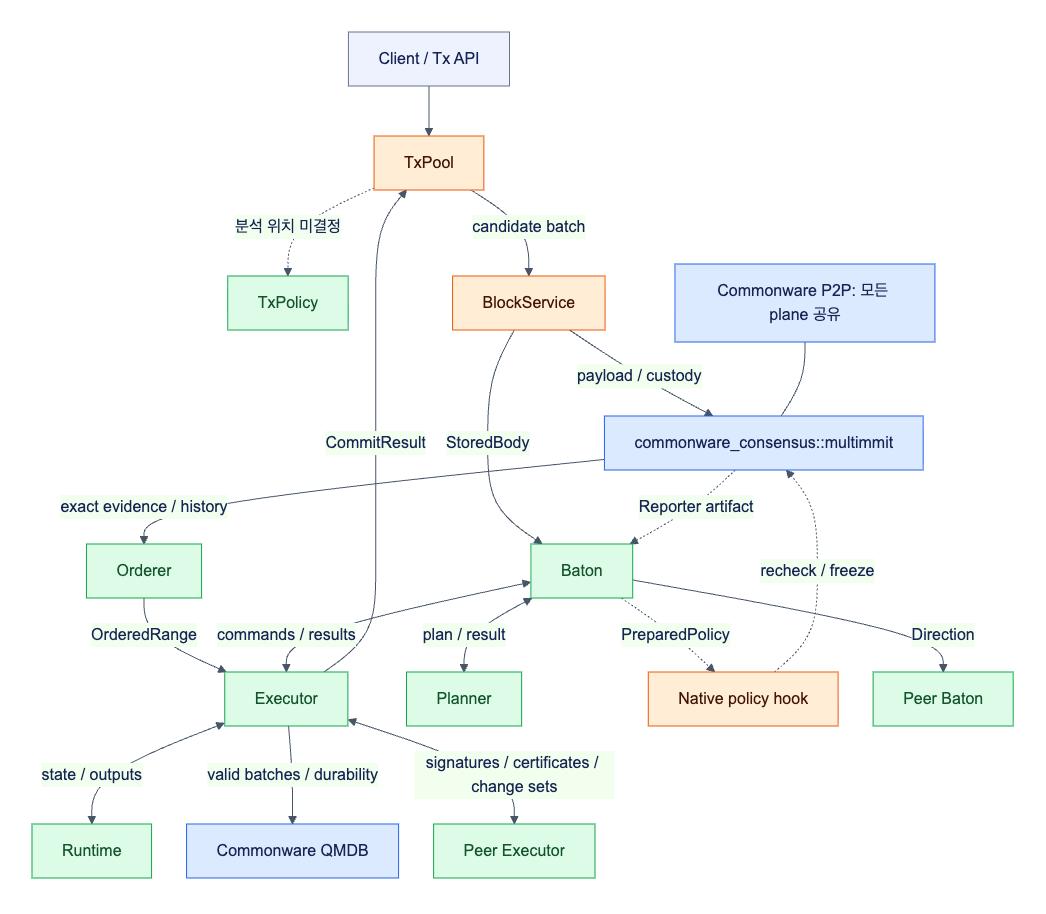
djm07073/baton-research keeps this Mermaid diagram as docs/assets/diagrams/diagram-01.png. Above is the earlier version. Its source is kept beside it as docs/assets/diagrams/diagram-01.mmd.
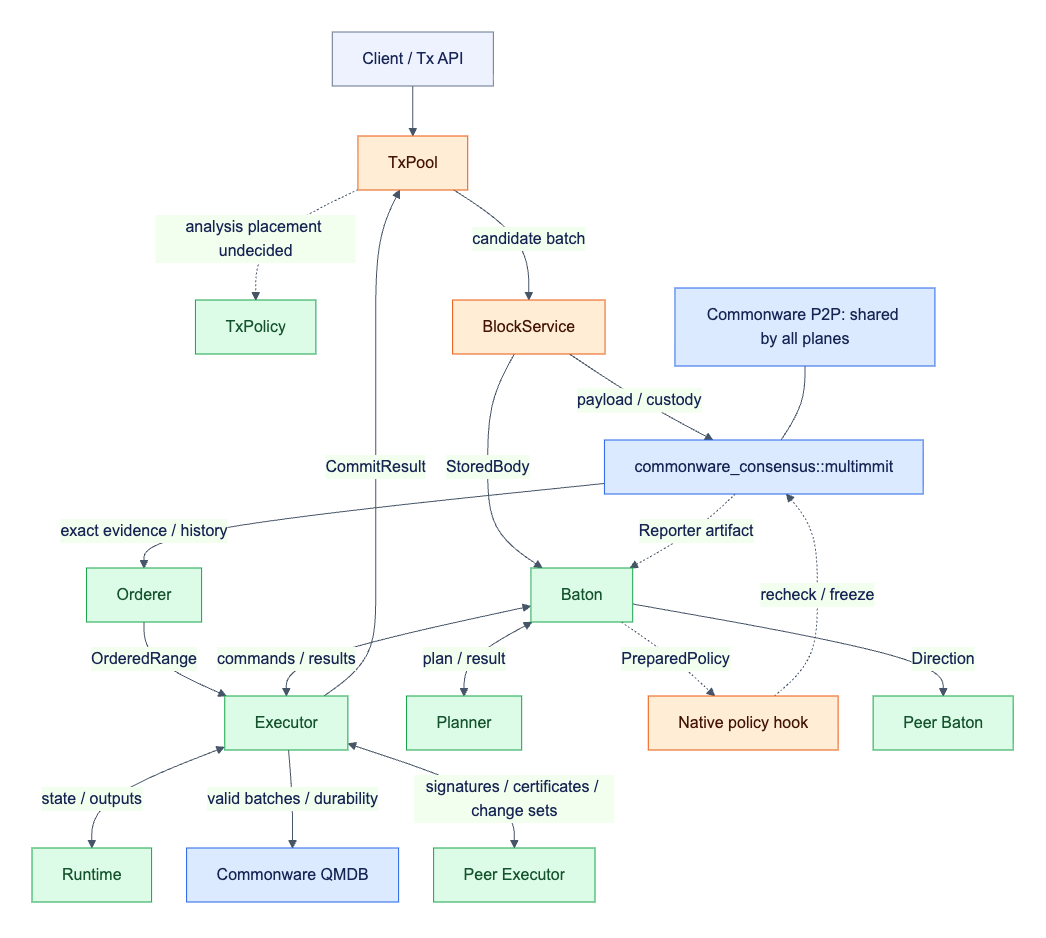
The same diagram one commit later.

What changed in the source:
```diff
@@ -1,6 +1,6 @@
 flowchart TB
     C[Client / Tx API] --> T[TxPool]
-    T -. 분석 위치 미결정 .-> X[TxPolicy]
+    T -. analysis placement undecided .-> X[TxPolicy]
     T -->|candidate batch| B[BlockService]
     B -->|payload / custody| N[commonware_consensus::multimmit]
     N -->|exact evidence / history| M[Orderer]
@@ -16,7 +16,7 @@
     E -->|valid batches / durability| S[Commonware QMDB]
     E <-->|signatures / certificates / change sets| V[Peer Executor]
     E -->|CommitResult| T
-    NET[Commonware P2P: 모든 plane 공유] --- N
+    NET[Commonware P2P: shared by all planes] --- N
     classDef reuse fill:#dbeafe,stroke:#2563eb,color:#172554;
     classDef adapt fill:#ffedd5,stroke:#ea580c,color:#431407;
     classDef new fill:#dcfce7,stroke:#16a34a,color:#14532d;
```
